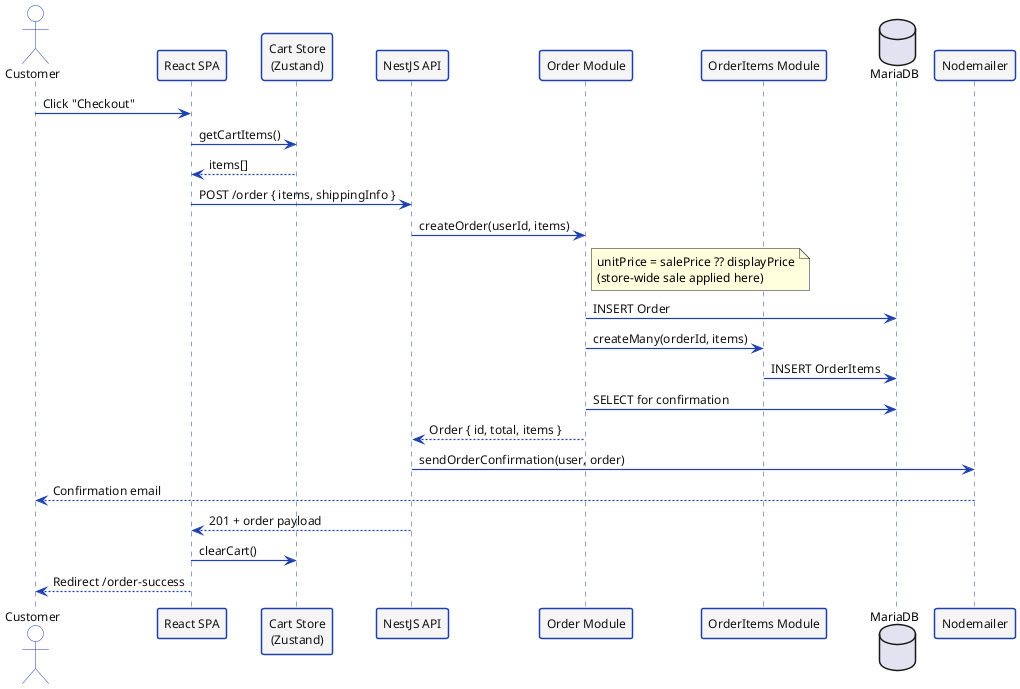
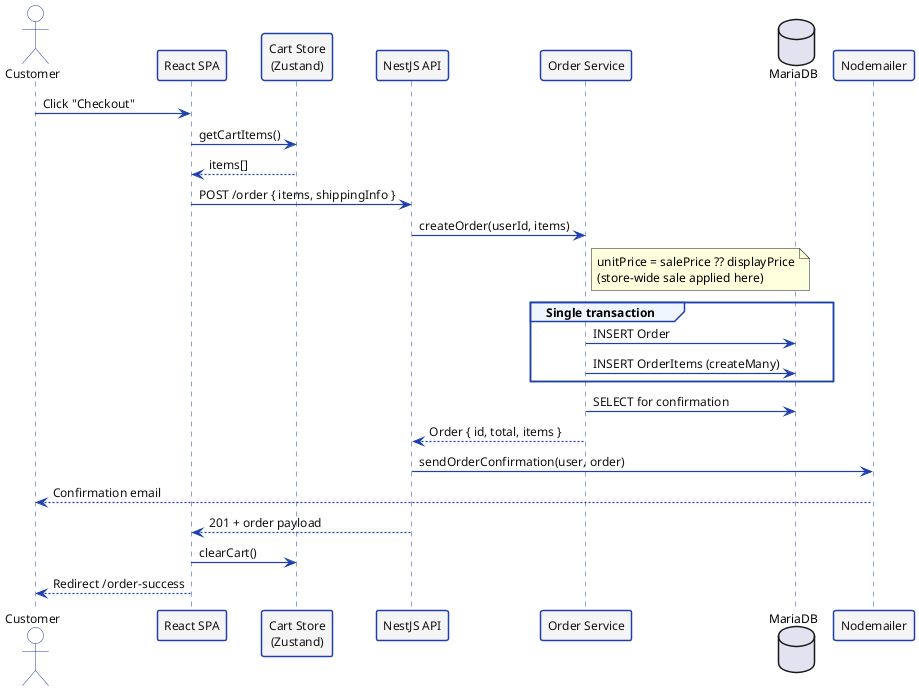
@startuml seq-order

skinparam defaultFontName Helvetica
skinparam defaultFontSize 12
skinparam backgroundColor #FFFFFF
skinparam sequenceArrowThickness 1.2
skinparam sequenceParticipantBorderThickness 1.5

skinparam sequence {
  ActorBackgroundColor       #FFFFFF
  ActorBorderColor           #1E40AF
  ActorFontColor             #111111
  ParticipantBackgroundColor #F5F5F5
  ParticipantBorderColor     #1E40AF
  ParticipantFontColor       #111111
  LifeLineBorderColor        #1E40AF
  ArrowColor                 #1E40AF
  ArrowFontColor             #111111
  GroupBackgroundColor       #EFF6FF
  GroupBorderColor           #1E40AF
  NoteBackgroundColor        #F5F5F5
  NoteBorderColor            #1E40AF
}

actor       "Customer"            as C
participant "React SPA"           as FE
participant "Cart Store\n(Zustand)" as Z
participant "NestJS API"          as BE
- participant "Order Module"        as OM
- participant "OrderItems Module"   as OIM
+ participant "Order Service"       as OM
database    "MariaDB"             as DB
participant "Nodemailer"          as MAIL

C  -> FE : Click "Checkout"
FE -> Z  : getCartItems()
Z  --> FE : items[]
FE -> BE : POST /order { items, shippingInfo }
BE -> OM : createOrder(userId, items)
note right of OM
  unitPrice = salePrice ?? displayPrice
  (store-wide sale applied here)
end note
- OM -> DB : INSERT Order
- OM -> OIM : createMany(orderId, items)
- OIM -> DB : INSERT OrderItems
+ group Single transaction
+   OM -> DB : INSERT Order
+   OM -> DB : INSERT OrderItems (createMany)
+ end
OM -> DB : SELECT for confirmation
OM --> BE : Order { id, total, items }
BE -> MAIL : sendOrderConfirmation(user, order)
MAIL --> C : Confirmation email
BE --> FE : 201 + order payload
FE -> Z  : clearCart()
FE --> C : Redirect /order-success

@enduml
